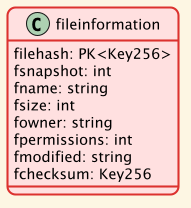
The PlantUML diagram out/relations.uml/filesupport/file information.png in eLyKseeR/modelling, before a commit.
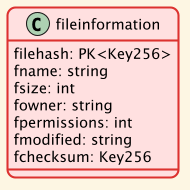
After the commit.

The edit, as a diff of the source:
```diff
@@ -4,7 +4,6 @@
 
 class fileinformation {
     filehash: PK<Key256>
-    fsnapshot: int
     fname: string
     fsize: int
     fowner: string
```
